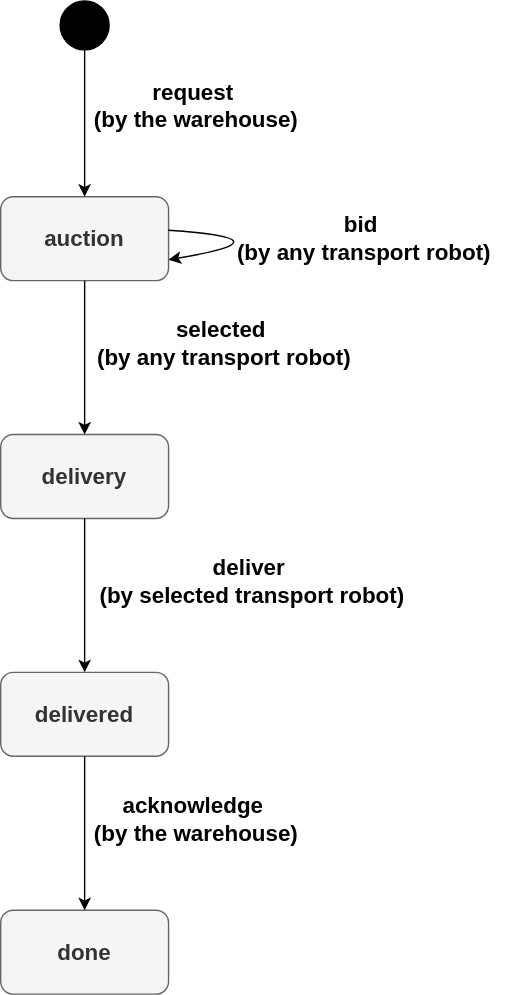
Above: demos/warehouse-readme-demo/assembly-protocol.svg in lucas874/machines (draw.io), before the change. Source tidied: cells renumbered, new cells last; positions are measured from the earlier drawing's top-left corner, leaving out a move shared by most shapes.
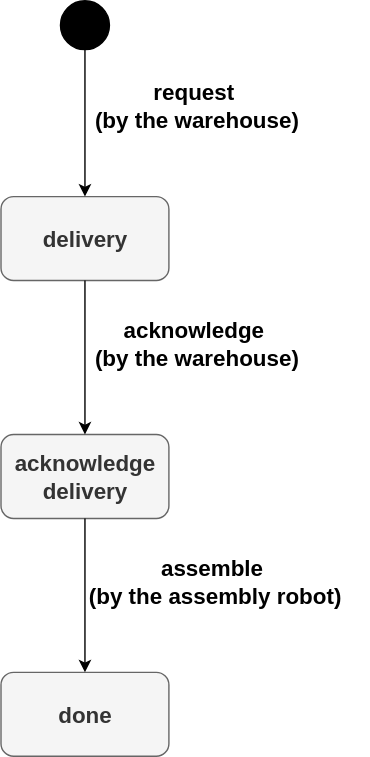
The same diagram one commit later.

Diff of the diagram source:
```diff
@@ -2,63 +2,43 @@
   <root>
     <mxCell id="0" />
     <mxCell id="1" parent="0" />
-    <mxCell id="2" style="ellipse;whiteSpace=wrap;html=1;fillColor=#000000;" parent="1" vertex="1">
-      <mxGeometry x="42.5" width="35" height="35" as="geometry" />
-    </mxCell>
-    <mxCell id="3" value="&lt;font style=&quot;font-size: 16px;&quot;&gt;&lt;b&gt;auction&lt;/b&gt;&lt;/font&gt;" style="rounded=1;whiteSpace=wrap;html=1;fillColor=#f5f5f5;fontColor=#333333;strokeColor=#666666;" parent="1" vertex="1">
+    <mxCell id="3" value="&lt;b&gt;&lt;font style=&quot;font-size: 16px;&quot;&gt;delivery&lt;/font&gt;&lt;/b&gt;" style="rounded=1;whiteSpace=wrap;html=1;fillColor=#f5f5f5;fontColor=#333333;strokeColor=#666666;" parent="1" vertex="1">
       <mxGeometry y="140" width="120" height="60" as="geometry" />
     </mxCell>
-    <mxCell id="4" style="endArrow=classic;html=1;rounded=0;exitX=0.5;exitY=1;exitDx=0;exitDy=0;" parent="1" edge="1" source="2" target="3">
-      <mxGeometry relative="1" as="geometry" />
+    <mxCell id="4" style="endArrow=classic;html=1;rounded=0;exitX=0.5;exitY=1;exitDx=0;exitDy=0;" parent="1" edge="1" target="3">
+      <mxGeometry relative="1" as="geometry">
+        <mxPoint x="60" y="35" as="sourcePoint" />
+      </mxGeometry>
     </mxCell>
     <mxCell id="5" value="&lt;div&gt;&lt;font style=&quot;font-size: 16px;&quot;&gt;&lt;b&gt;request&amp;nbsp;&lt;/b&gt;&lt;/font&gt;&lt;/div&gt;&lt;div&gt;&lt;font style=&quot;font-size: 16px;&quot;&gt;&lt;b&gt;(by the warehouse)&lt;/b&gt;&lt;/font&gt;&lt;/div&gt;" style="text;html=1;align=center;verticalAlign=middle;whiteSpace=wrap;rounded=0;" parent="1" vertex="1">
       <mxGeometry x="40" y="60" width="200" height="30" as="geometry" />
     </mxCell>
-    <mxCell id="6" style="endArrow=classic;html=1;rounded=0;exitX=0.998;exitY=0.4;exitDx=0;exitDy=0;exitPerimeter=0;entryX=1;entryY=0.75;entryDx=0;entryDy=0;curved=1;" parent="1" edge="1" source="3" target="3">
-      <mxGeometry relative="1" as="geometry">
-        <Array as="points">
-          <mxPoint x="210" y="170" />
-        </Array>
-      </mxGeometry>
-    </mxCell>
-    <mxCell id="7" value="&lt;div&gt;&lt;font style=&quot;font-size: 16px;&quot;&gt;&lt;b&gt;bid&amp;nbsp;&lt;/b&gt;&lt;/font&gt;&lt;/div&gt;&lt;div&gt;&lt;font style=&quot;font-size: 16px;&quot;&gt;&lt;b&gt;(by any transport robot)&lt;/b&gt;&lt;/font&gt;&lt;/div&gt;" style="text;html=1;align=center;verticalAlign=middle;whiteSpace=wrap;rounded=0;" parent="1" vertex="1">
-      <mxGeometry x="150" y="155" width="220" height="30" as="geometry" />
-    </mxCell>
-    <mxCell id="8" value="&lt;b&gt;&lt;font style=&quot;font-size: 16px;&quot;&gt;delivery&lt;/font&gt;&lt;/b&gt;" style="rounded=1;whiteSpace=wrap;html=1;fillColor=#f5f5f5;fontColor=#333333;strokeColor=#666666;" parent="1" vertex="1">
-      <mxGeometry y="310" width="120" height="60" as="geometry" />
-    </mxCell>
-    <mxCell id="9" style="endArrow=classic;html=1;rounded=0;exitX=0.5;exitY=1;exitDx=0;exitDy=0;" parent="1" edge="1">
-      <mxGeometry relative="1" as="geometry">
-        <mxPoint x="60" y="200" as="sourcePoint" />
-        <mxPoint x="60" y="310" as="targetPoint" />
-      </mxGeometry>
-    </mxCell>
-    <mxCell id="10" value="&lt;div&gt;&lt;font style=&quot;font-size: 16px;&quot;&gt;&lt;b&gt;selected&amp;nbsp;&lt;/b&gt;&lt;/font&gt;&lt;/div&gt;&lt;div&gt;&lt;font style=&quot;font-size: 16px;&quot;&gt;&lt;b&gt;(by any transport robot)&lt;/b&gt;&lt;/font&gt;&lt;/div&gt;" style="text;html=1;align=center;verticalAlign=middle;whiteSpace=wrap;rounded=0;" parent="1" vertex="1">
-      <mxGeometry x="60" y="230" width="200" height="30" as="geometry" />
-    </mxCell>
-    <mxCell id="11" value="&lt;b&gt;&lt;font style=&quot;font-size: 16px;&quot;&gt;delivered&lt;/font&gt;&lt;/b&gt;" style="rounded=1;whiteSpace=wrap;html=1;fillColor=#f5f5f5;fontColor=#333333;strokeColor=#666666;" parent="1" vertex="1">
-      <mxGeometry y="480" width="120" height="60" as="geometry" />
-    </mxCell>
-    <mxCell id="12" style="endArrow=classic;html=1;rounded=0;exitX=0.5;exitY=1;exitDx=0;exitDy=0;" parent="1" edge="1">
-      <mxGeometry relative="1" as="geometry">
-        <mxPoint x="60" y="370" as="sourcePoint" />
-        <mxPoint x="60" y="480" as="targetPoint" />
-      </mxGeometry>
-    </mxCell>
-    <mxCell id="13" value="&lt;div&gt;&lt;font style=&quot;font-size: 16px;&quot;&gt;&lt;b&gt;deliver&amp;nbsp;&lt;/b&gt;&lt;/font&gt;&lt;/div&gt;&lt;div&gt;&lt;font style=&quot;font-size: 16px;&quot;&gt;&lt;b&gt;(by selected transport robot)&lt;/b&gt;&lt;/font&gt;&lt;/div&gt;" style="text;html=1;align=center;verticalAlign=middle;whiteSpace=wrap;rounded=0;" parent="1" vertex="1">
-      <mxGeometry x="70" y="400" width="220" height="30" as="geometry" />
-    </mxCell>
-    <mxCell id="14" value="&lt;b&gt;&lt;font style=&quot;font-size: 16px;&quot;&gt;done&lt;/font&gt;&lt;/b&gt;" style="rounded=1;whiteSpace=wrap;html=1;fillColor=#f5f5f5;fontColor=#333333;strokeColor=#666666;" parent="1" vertex="1">
-      <mxGeometry y="650" width="120" height="60" as="geometry" />
+    <mxCell id="14" value="&lt;div&gt;&lt;b&gt;&lt;font style=&quot;font-size: 16px;&quot;&gt;acknowledge delivery&lt;/font&gt;&lt;/b&gt;&lt;/div&gt;" style="rounded=1;whiteSpace=wrap;html=1;fillColor=#f5f5f5;fontColor=#333333;strokeColor=#666666;" parent="1" vertex="1">
+      <mxGeometry y="310" width="120" height="60" as="geometry" />
     </mxCell>
     <mxCell id="15" style="endArrow=classic;html=1;rounded=0;exitX=0.5;exitY=1;exitDx=0;exitDy=0;" parent="1" edge="1">
       <mxGeometry relative="1" as="geometry">
-        <mxPoint x="60" y="540" as="sourcePoint" />
-        <mxPoint x="60" y="650" as="targetPoint" />
+        <mxPoint x="60" y="200" as="sourcePoint" />
+        <mxPoint x="60" y="310" as="targetPoint" />
       </mxGeometry>
     </mxCell>
     <mxCell id="16" value="&lt;div&gt;&lt;font style=&quot;font-size: 16px;&quot;&gt;&lt;b&gt;acknowledge&amp;nbsp;&lt;/b&gt;&lt;/font&gt;&lt;/div&gt;&lt;div&gt;&lt;font style=&quot;font-size: 16px;&quot;&gt;&lt;b&gt;(by the warehouse)&lt;/b&gt;&lt;/font&gt;&lt;/div&gt;" style="text;html=1;align=center;verticalAlign=middle;whiteSpace=wrap;rounded=0;" parent="1" vertex="1">
-      <mxGeometry x="30" y="570" width="220" height="30" as="geometry" />
+      <mxGeometry x="30" y="230" width="220" height="30" as="geometry" />
     </mxCell>
+    <mxCell id="17" value="&lt;b&gt;&lt;font style=&quot;font-size: 16px;&quot;&gt;done&lt;/font&gt;&lt;/b&gt;" style="rounded=1;whiteSpace=wrap;html=1;fillColor=#f5f5f5;fontColor=#333333;strokeColor=#666666;" parent="1" vertex="1">
+      <mxGeometry y="480" width="120" height="60" as="geometry" />
+    </mxCell>
+    <mxCell id="18" style="endArrow=classic;html=1;rounded=0;exitX=0.5;exitY=1;exitDx=0;exitDy=0;" parent="1" edge="1">
+      <mxGeometry relative="1" as="geometry">
+        <mxPoint x="60" y="370" as="sourcePoint" />
+        <mxPoint x="60" y="480" as="targetPoint" />
+      </mxGeometry>
+    </mxCell>
+    <mxCell id="19" value="&lt;div&gt;&lt;font style=&quot;font-size: 16px;&quot;&gt;&lt;b&gt;assemble&amp;nbsp;&lt;/b&gt;&lt;/font&gt;&lt;/div&gt;&lt;div&gt;&lt;font style=&quot;font-size: 16px;&quot;&gt;&lt;b&gt;(by the assembly robot)&lt;/b&gt;&lt;/font&gt;&lt;/div&gt;" style="text;html=1;align=center;verticalAlign=middle;whiteSpace=wrap;rounded=0;" parent="1" vertex="1">
+      <mxGeometry x="42.5" y="400" width="220" height="30" as="geometry" />
+    </mxCell>
+    <mxCell id="2" style="ellipse;whiteSpace=wrap;html=1;fillColor=#000000;" parent="1" vertex="1">
+      <mxGeometry x="42.5" width="35" height="35" as="geometry" />
+    </mxCell>
   </root>
 </mxGraphModel>
```
